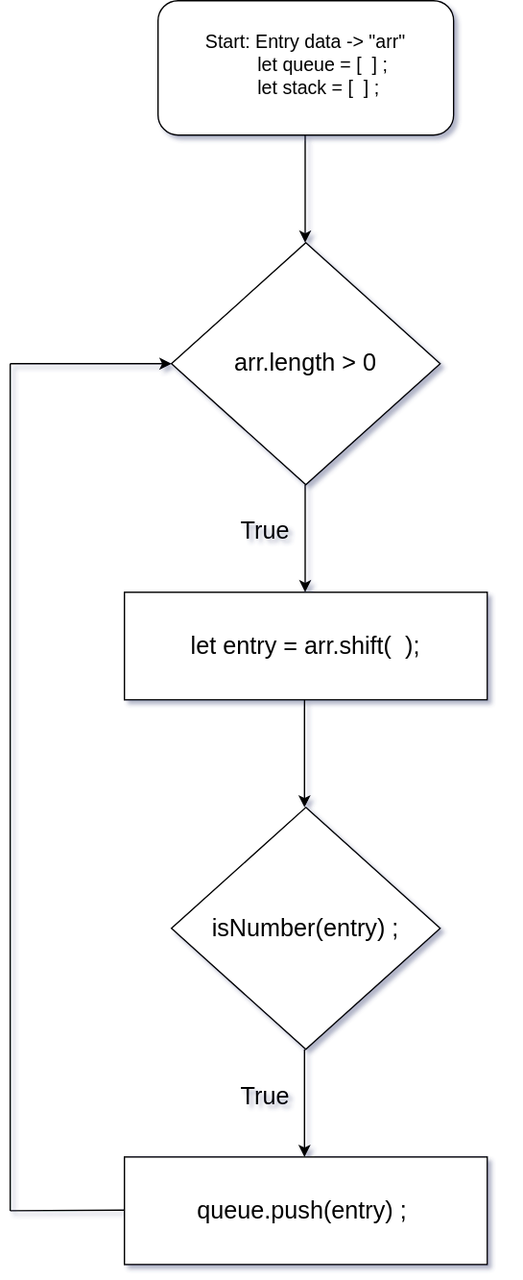
Above: Untitled Diagram.drawio.svg in jcgm3205/jcgm3205 (draw.io), before the change. Source tidied: cells renumbered, new cells last; positions are measured from the earlier drawing's top-left corner, leaving out a move shared by most shapes.
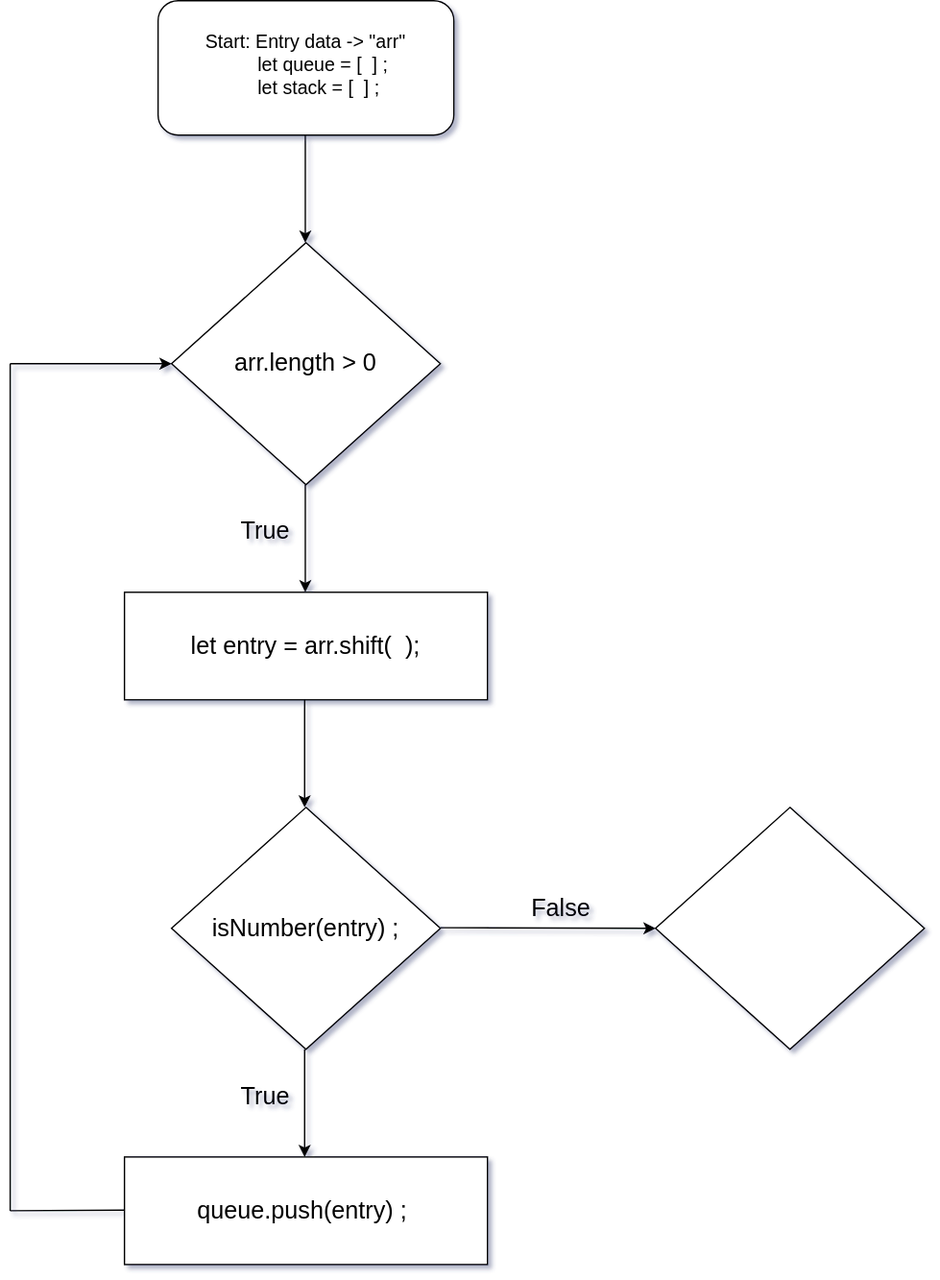
After the commit.

Diff of the diagram source:
```diff
@@ -79,5 +79,17 @@
         <mxPoint y="270" as="sourcePoint" />
       </mxGeometry>
     </mxCell>
+    <mxCell id="21" style="endArrow=classic;html=1;rounded=0;fontSize=18;" parent="1" edge="1">
+      <mxGeometry relative="1" as="geometry">
+        <mxPoint x="320" y="689.5" as="sourcePoint" />
+        <mxPoint x="480" y="690" as="targetPoint" />
+      </mxGeometry>
+    </mxCell>
+    <mxCell id="22" value="False" style="text;html=1;strokeColor=none;fillColor=none;align=center;verticalAlign=middle;whiteSpace=wrap;rounded=0;fontSize=18;" parent="1" vertex="1">
+      <mxGeometry x="380" y="660" width="60" height="30" as="geometry" />
+    </mxCell>
+    <mxCell id="23" style="rhombus;whiteSpace=wrap;html=1;fontSize=14;" parent="1" vertex="1">
+      <mxGeometry x="480" y="600" width="200" height="180" as="geometry" />
+    </mxCell>
   </root>
 </mxGraphModel>
```
